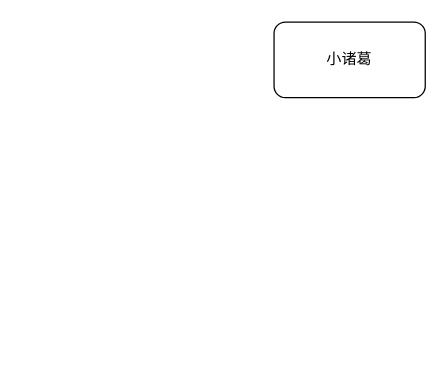
w18639200570/demos keeps this draw.io diagram as Untitled Diagram.drawio. Above is the earlier version. Source tidied: cells renumbered, new cells numbered last; positions are measured from the earlier drawing's top-left corner, leaving out a move shared by most shapes. Both pictures are drawn from the tidied source at 126%, with x=0, y=0 at pixel (273, 21).
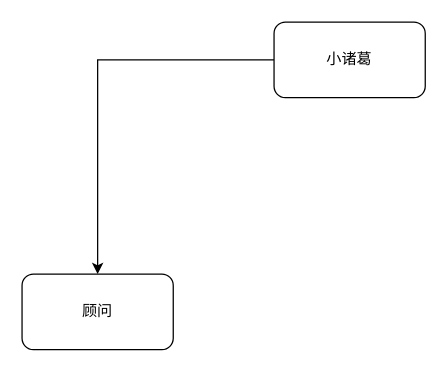
The same diagram, later.

What changed in the source:
```diff
@@
 <mxGraphModel>
   <root>
     <mxCell id="0" />
     <mxCell id="1" parent="0" />
+    <mxCell id="3" style="edgeStyle=orthogonalEdgeStyle;rounded=0;jettySize=auto;html=1;" parent="1" edge="1" source="2" target="4">
+      <mxGeometry relative="1" as="geometry" />
+    </mxCell>
     <mxCell id="2" value="小诸葛" style="rounded=1;whiteSpace=wrap;html=1;" parent="1" vertex="1">
       <mxGeometry width="120" height="60" as="geometry" />
     </mxCell>
+    <mxCell id="4" value="顾问" style="whiteSpace=wrap;html=1;rounded=1;" parent="1" vertex="1">
+      <mxGeometry x="-200" y="200" width="120" height="60" as="geometry" />
+    </mxCell>
   </root>
 </mxGraphModel>
```
